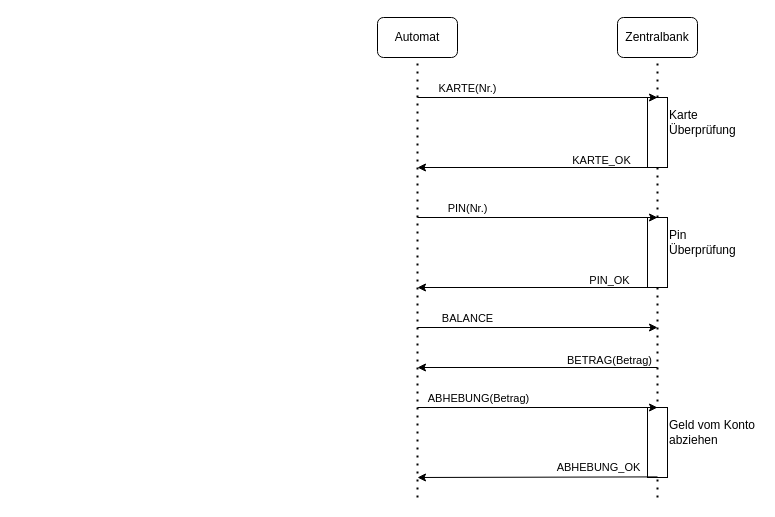
The draw.io diagram draw.io/Unbenanntes Diagramm.drawio in Powduhh/Rechnernetze-und-Security, before the edit. Source tidied: cells renumbered, new cells numbered last; positions are measured from the earlier drawing's top-left corner, leaving out a move shared by most shapes. Both pictures are drawn from the tidied source at 100%, with x=0, y=0 at pixel (377, 17).
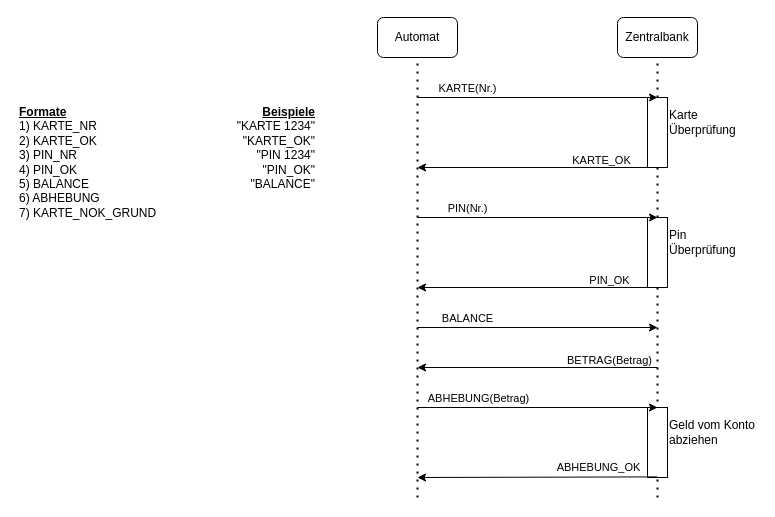
The same diagram, later.

Diff of the diagram source:
```diff
@@
+    <mxCell id="28" value="&lt;div&gt;&lt;b&gt;&lt;u&gt;Formate&lt;/u&gt;&lt;/b&gt;&lt;/div&gt;&lt;div&gt;1) KARTE_NR&lt;/div&gt;&lt;div&gt;2) KARTE_OK&lt;/div&gt;&lt;div&gt;3) PIN_NR&lt;/div&gt;&lt;div&gt;4) PIN_OK&lt;/div&gt;&lt;div&gt;5) BALANCE&lt;/div&gt;&lt;div&gt;6) ABHEBUNG&lt;/div&gt;&lt;div&gt;7) KARTE_NOK_GRUND&lt;/div&gt;" style="text;html=1;whiteSpace=wrap;strokeColor=none;fillColor=none;align=left;verticalAlign=middle;rounded=0;" parent="1" vertex="1">
+      <mxGeometry x="-360" y="80" width="140" height="130" as="geometry" />
+    </mxCell>
+    <mxCell id="29" value="&lt;div&gt;&lt;b&gt;&lt;u&gt;Beispiele&lt;/u&gt;&lt;/b&gt;&lt;/div&gt;&lt;div&gt;&quot;KARTE 1234&quot;&lt;/div&gt;&lt;div&gt;&quot;KARTE_OK&quot;&lt;/div&gt;&lt;div&gt;&quot;PIN 1234&quot;&lt;/div&gt;&lt;div&gt;&quot;PIN_OK&quot;&lt;/div&gt;&lt;div&gt;&quot;BALANCE&quot;&lt;/div&gt;&lt;div&gt;&lt;br&gt;&lt;/div&gt;&lt;div&gt;&lt;br&gt;&lt;/div&gt;" style="text;html=1;whiteSpace=wrap;strokeColor=none;fillColor=none;align=right;verticalAlign=middle;rounded=0;" parent="1" vertex="1">
+      <mxGeometry x="-200" y="80" width="140" height="130" as="geometry" />
+    </mxCell>
```
